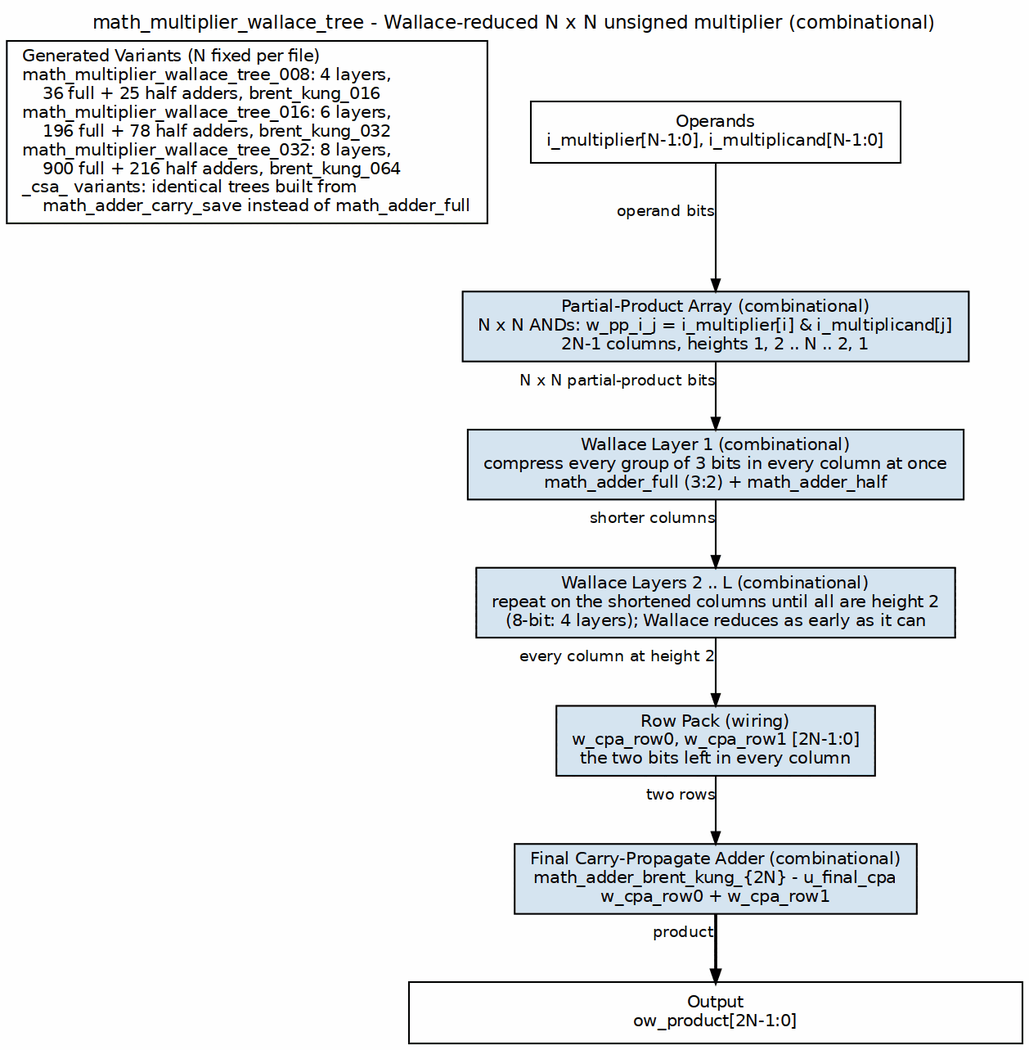
Before: docs/markdown/assets/rtl-math/graphviz/math_multiplier_wallace_tree.png, a diagram exported from Graphviz (sean-galloway/RTLDesignSherpa). Its source is kept beside it as docs/markdown/assets/rtl-math/graphviz/math_multiplier_wallace_tree.dot. The source it was exported from:
```dot
digraph math_multiplier_wallace_tree {
    graph [rankdir=TB, bgcolor="white", fontname="Helvetica", fontsize=11,
           nodesep="0.35", ranksep="0.55", splines=ortho, newrank=true,
           labelloc=t, labeljust=c];
    node  [fontname="Helvetica", fontsize=10, shape=box, style=filled,
           fillcolor="#D6E4F0", color="black", margin="0.12,0.06"];
    edge  [fontname="Helvetica", fontsize=9, color="black", arrowsize=0.7];
    label="math_multiplier_wallace_tree - Wallace-reduced N x N unsigned multiplier (combinational)";

    node [group=M];
    ops  [label="Operands\ni_multiplier[N-1:0], i_multiplicand[N-1:0]", fillcolor="white"];
    pp   [label="Partial-Product Array (combinational)\nN x N ANDs: w_pp_i_j = i_multiplier[i] & i_multiplicand[j]\n2N-1 columns, heights 1, 2 .. N .. 2, 1"];
    s1   [label="Wallace Layer 1 (combinational)\ncompress every group of 3 bits in every column at once\nmath_adder_full (3:2) + math_adder_half"];
    sr   [label="Wallace Layers 2 .. L (combinational)\nrepeat on the shortened columns until all are height 2\n(8-bit: 4 layers); Wallace reduces as early as it can"];
    pack [label="Row Pack (wiring)\nw_cpa_row0, w_cpa_row1 [2N-1:0]\nthe two bits left in every column"];
    cpa  [label="Final Carry-Propagate Adder (combinational)\nmath_adder_brent_kung_{2N} - u_final_cpa\nw_cpa_row0 + w_cpa_row1"];
    bar  [label="Output\now_product[2N-1:0]", fillcolor="white", width=5.0];
    node [group=""];

    var  [label="Generated Variants (N fixed per file)\lmath_multiplier_wallace_tree_008: 4 layers,\l    36 full + 25 half adders, brent_kung_016\lmath_multiplier_wallace_tree_016: 6 layers,\l    196 full + 78 half adders, brent_kung_032\lmath_multiplier_wallace_tree_032: 8 layers,\l    900 full + 216 half adders, brent_kung_064\l_csa_ variants: identical trees built from\l    math_adder_carry_save instead of math_adder_full\l", fillcolor="white"];

    ops  -> pp   [xlabel="operand bits"];
    pp   -> s1   [xlabel="N x N partial-product bits"];
    s1   -> sr   [xlabel="shorter columns"];
    sr   -> pack [xlabel="every column at height 2"];
    pack -> cpa  [xlabel="two rows"];
    cpa  -> bar  [xlabel="product", penwidth=1.8];

    { rank=same; var; ops; }
    var -> ops [style=invis];
}
```
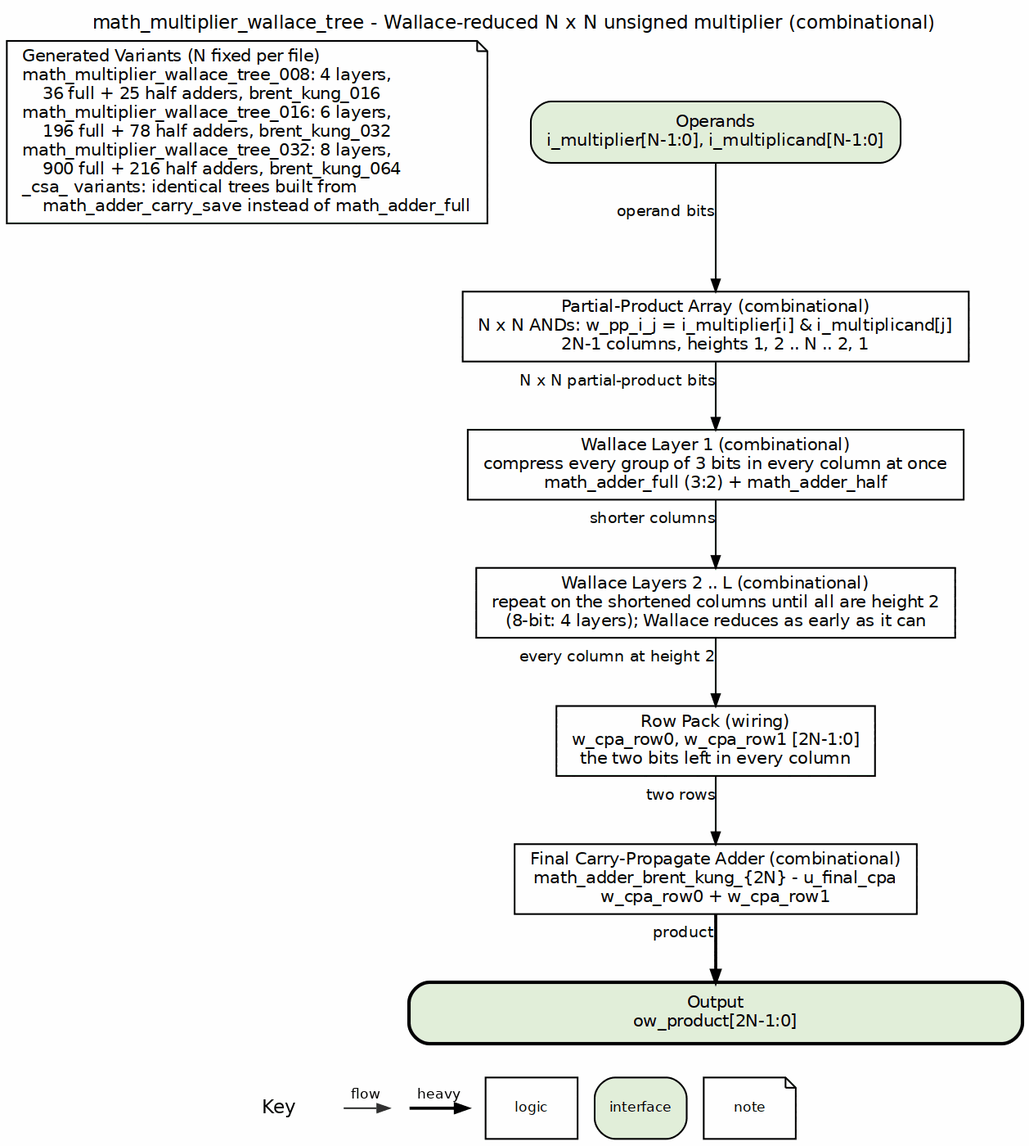
Above is the later version.

What changed in the source:
```diff
@@ -3,21 +3,21 @@
            nodesep="0.35", ranksep="0.55", splines=ortho, newrank=true,
            labelloc=t, labeljust=c];
     node  [fontname="Helvetica", fontsize=10, shape=box, style=filled,
-           fillcolor="#D6E4F0", color="black", margin="0.12,0.06"];
+           fillcolor="white", color="black", margin="0.12,0.06"];
     edge  [fontname="Helvetica", fontsize=9, color="black", arrowsize=0.7];
     label="math_multiplier_wallace_tree - Wallace-reduced N x N unsigned multiplier (combinational)";
 
     node [group=M];
-    ops  [label="Operands\ni_multiplier[N-1:0], i_multiplicand[N-1:0]", fillcolor="white"];
-    pp   [label="Partial-Product Array (combinational)\nN x N ANDs: w_pp_i_j = i_multiplier[i] & i_multiplicand[j]\n2N-1 columns, heights 1, 2 .. N .. 2, 1"];
-    s1   [label="Wallace Layer 1 (combinational)\ncompress every group of 3 bits in every column at once\nmath_adder_full (3:2) + math_adder_half"];
-    sr   [label="Wallace Layers 2 .. L (combinational)\nrepeat on the shortened columns until all are height 2\n(8-bit: 4 layers); Wallace reduces as early as it can"];
-    pack [label="Row Pack (wiring)\nw_cpa_row0, w_cpa_row1 [2N-1:0]\nthe two bits left in every column"];
-    cpa  [label="Final Carry-Propagate Adder (combinational)\nmath_adder_brent_kung_{2N} - u_final_cpa\nw_cpa_row0 + w_cpa_row1"];
-    bar  [label="Output\now_product[2N-1:0]", fillcolor="white", width=5.0];
+    ops  [label="Operands\ni_multiplier[N-1:0], i_multiplicand[N-1:0]", fillcolor="white", style="rounded,filled", fillcolor="#E2EFDA"];
+    pp   [label="Partial-Product Array (combinational)\nN x N ANDs: w_pp_i_j = i_multiplier[i] & i_multiplicand[j]\n2N-1 columns, heights 1, 2 .. N .. 2, 1", style="filled", fillcolor="white"];
+    s1   [label="Wallace Layer 1 (combinational)\ncompress every group of 3 bits in every column at once\nmath_adder_full (3:2) + math_adder_half", style="filled", fillcolor="white"];
+    sr   [label="Wallace Layers 2 .. L (combinational)\nrepeat on the shortened columns until all are height 2\n(8-bit: 4 layers); Wallace reduces as early as it can", style="filled", fillcolor="white"];
+    pack [label="Row Pack (wiring)\nw_cpa_row0, w_cpa_row1 [2N-1:0]\nthe two bits left in every column", style="filled", fillcolor="white"];
+    cpa  [label="Final Carry-Propagate Adder (combinational)\nmath_adder_brent_kung_{2N} - u_final_cpa\nw_cpa_row0 + w_cpa_row1", style="filled", fillcolor="white"];
+    bar  [label="Output\now_product[2N-1:0]", fillcolor="white", width=5.0, style="rounded,filled,bold", fillcolor="#E2EFDA"];
     node [group=""];
 
-    var  [label="Generated Variants (N fixed per file)\lmath_multiplier_wallace_tree_008: 4 layers,\l    36 full + 25 half adders, brent_kung_016\lmath_multiplier_wallace_tree_016: 6 layers,\l    196 full + 78 half adders, brent_kung_032\lmath_multiplier_wallace_tree_032: 8 layers,\l    900 full + 216 half adders, brent_kung_064\l_csa_ variants: identical trees built from\l    math_adder_carry_save instead of math_adder_full\l", fillcolor="white"];
+    var  [label="Generated Variants (N fixed per file)\lmath_multiplier_wallace_tree_008: 4 layers,\l    36 full + 25 half adders, brent_kung_016\lmath_multiplier_wallace_tree_016: 6 layers,\l    196 full + 78 half adders, brent_kung_032\lmath_multiplier_wallace_tree_032: 8 layers,\l    900 full + 216 half adders, brent_kung_064\l_csa_ variants: identical trees built from\l    math_adder_carry_save instead of math_adder_full\l", fillcolor="white", shape=note];
 
     ops  -> pp   [xlabel="operand bits"];
     pp   -> s1   [xlabel="N x N partial-product bits"];
```
